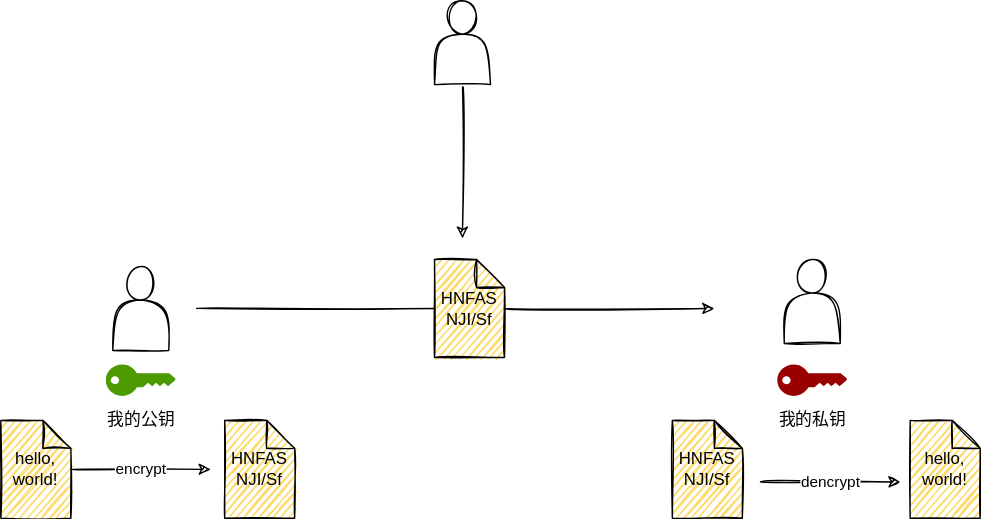
mapan1984/network-security keeps this draw.io diagram as docs/images/加密.svg. Above is the earlier version. Source tidied: cells renumbered, new cells last; positions are measured from the earlier drawing's top-left corner, leaving out a move shared by most shapes. The source it was exported from:
```xml
<mxGraphModel>
  <root>
    <mxCell id="0" />
    <mxCell id="1" parent="0" />
    <mxCell id="2" style="shape=actor;whiteSpace=wrap;html=1;sketch=1;rounded=1;" parent="1" vertex="1">
      <mxGeometry x="80" y="190" width="40" height="60" as="geometry" />
    </mxCell>
    <mxCell id="3" style="shape=actor;whiteSpace=wrap;html=1;sketch=1;rounded=1;" parent="1" vertex="1">
      <mxGeometry x="560" y="185" width="40" height="60" as="geometry" />
    </mxCell>
    <mxCell id="4" style="edgeStyle=orthogonalEdgeStyle;jettySize=auto;html=1;sketch=1;curved=1;" parent="1" edge="1" source="5">
      <mxGeometry relative="1" as="geometry">
        <mxPoint x="330" y="170" as="targetPoint" />
      </mxGeometry>
    </mxCell>
    <mxCell id="5" style="shape=actor;whiteSpace=wrap;html=1;sketch=1;rounded=1;" parent="1" vertex="1">
      <mxGeometry x="310" width="40" height="60" as="geometry" />
    </mxCell>
    <mxCell id="6" style="endArrow=classic;html=1;startArrow=none;sketch=1;curved=1;" parent="1" edge="1" source="10">
      <mxGeometry relative="1" as="geometry">
        <mxPoint x="510" y="220" as="targetPoint" />
      </mxGeometry>
    </mxCell>
    <mxCell id="7" value="encrypt" style="edgeStyle=orthogonalEdgeStyle;jettySize=auto;html=1;sketch=1;curved=1;" parent="1" edge="1" source="8">
      <mxGeometry relative="1" as="geometry">
        <mxPoint x="150" y="335" as="targetPoint" />
      </mxGeometry>
    </mxCell>
    <mxCell id="8" value="hello, world!" style="shape=note;size=20;whiteSpace=wrap;html=1;fillColor=#FFD966;sketch=1;rounded=1;" parent="1" vertex="1">
      <mxGeometry y="300" width="50" height="70" as="geometry" />
    </mxCell>
    <mxCell id="9" value="hello, world!" style="shape=note;size=20;whiteSpace=wrap;html=1;fillColor=#FFD966;sketch=1;rounded=1;" parent="1" vertex="1">
      <mxGeometry x="650" y="300" width="50" height="70" as="geometry" />
    </mxCell>
    <mxCell id="10" value="HNFAS&lt;br&gt;NJI/Sf" style="shape=note;size=20;whiteSpace=wrap;html=1;fillColor=#FFD966;sketch=1;rounded=1;" parent="1" vertex="1">
      <mxGeometry x="310" y="185" width="50" height="70" as="geometry" />
    </mxCell>
    <mxCell id="11" style="endArrow=none;html=1;sketch=1;curved=1;" parent="1" edge="1" target="10">
      <mxGeometry relative="1" as="geometry">
        <mxPoint x="140" y="220" as="sourcePoint" />
      </mxGeometry>
    </mxCell>
    <mxCell id="12" value="HNFAS&lt;br&gt;NJI/Sf" style="shape=note;size=20;whiteSpace=wrap;html=1;fillColor=#FFD966;sketch=1;rounded=1;" parent="1" vertex="1">
      <mxGeometry x="160" y="300" width="50" height="70" as="geometry" />
    </mxCell>
    <mxCell id="13" value="HNFAS&lt;br&gt;NJI/Sf" style="shape=note;size=20;whiteSpace=wrap;html=1;fillColor=#FFD966;sketch=1;rounded=1;" parent="1" vertex="1">
      <mxGeometry x="480" y="300" width="50" height="70" as="geometry" />
    </mxCell>
    <mxCell id="14" value="dencrypt" style="edgeStyle=orthogonalEdgeStyle;orthogonalLoop=1;jettySize=auto;html=1;sketch=1;curved=1;" parent="1" edge="1">
      <mxGeometry relative="1" as="geometry">
        <mxPoint x="543" y="344" as="sourcePoint" />
        <mxPoint x="643" y="344" as="targetPoint" />
      </mxGeometry>
    </mxCell>
    <mxCell id="15" style="verticalLabelPosition=bottom;html=1;verticalAlign=top;align=center;shape=mxgraph.cisco19.key;strokeColor=none;fillColor=#4D9900;" parent="1" vertex="1">
      <mxGeometry x="75" y="260" width="50" height="22.5" as="geometry" />
    </mxCell>
    <mxCell id="16" value="我的公钥" style="text;html=1;align=center;verticalAlign=middle;strokeColor=none;" parent="1" vertex="1">
      <mxGeometry x="70" y="290" width="60" height="20" as="geometry" />
    </mxCell>
    <mxCell id="17" style="verticalLabelPosition=bottom;html=1;verticalAlign=top;align=center;shape=mxgraph.cisco19.key;strokeColor=none;fillColor=#990000;" parent="1" vertex="1">
      <mxGeometry x="555" y="260" width="50" height="22.5" as="geometry" />
    </mxCell>
    <mxCell id="18" value="我的私钥" style="text;html=1;align=center;verticalAlign=middle;strokeColor=none;" parent="1" vertex="1">
      <mxGeometry x="550" y="290" width="60" height="20" as="geometry" />
    </mxCell>
  </root>
</mxGraphModel>
```
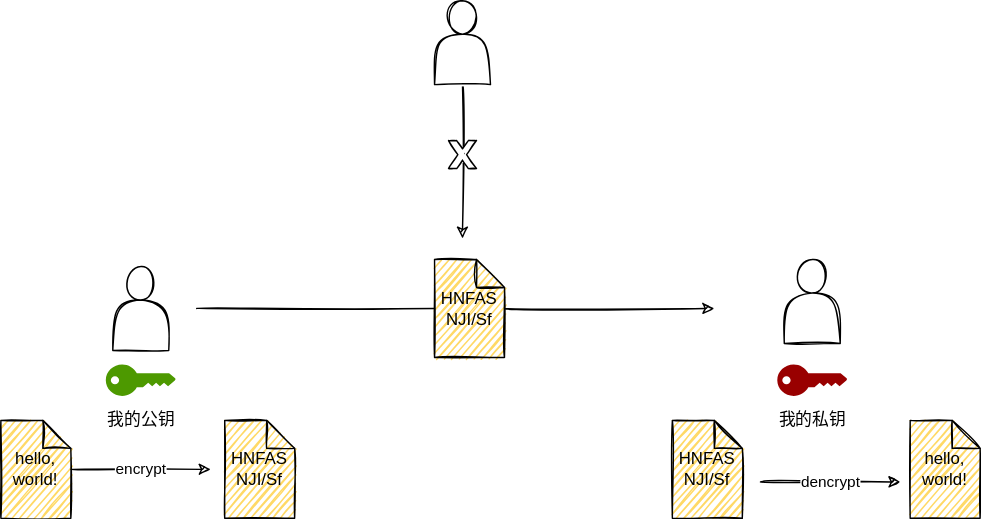
After the commit.

Diff of the diagram source:
```diff
@@ -64,5 +64,8 @@
     <mxCell id="18" value="我的私钥" style="text;html=1;align=center;verticalAlign=middle;strokeColor=none;" parent="1" vertex="1">
       <mxGeometry x="550" y="290" width="60" height="20" as="geometry" />
     </mxCell>
+    <mxCell id="19" style="verticalLabelPosition=bottom;verticalAlign=top;html=1;shape=mxgraph.basic.x;shadow=0;sketch=1;" parent="1" vertex="1">
+      <mxGeometry x="320" y="100" width="20" height="20" as="geometry" />
+    </mxCell>
   </root>
 </mxGraphModel>
```
